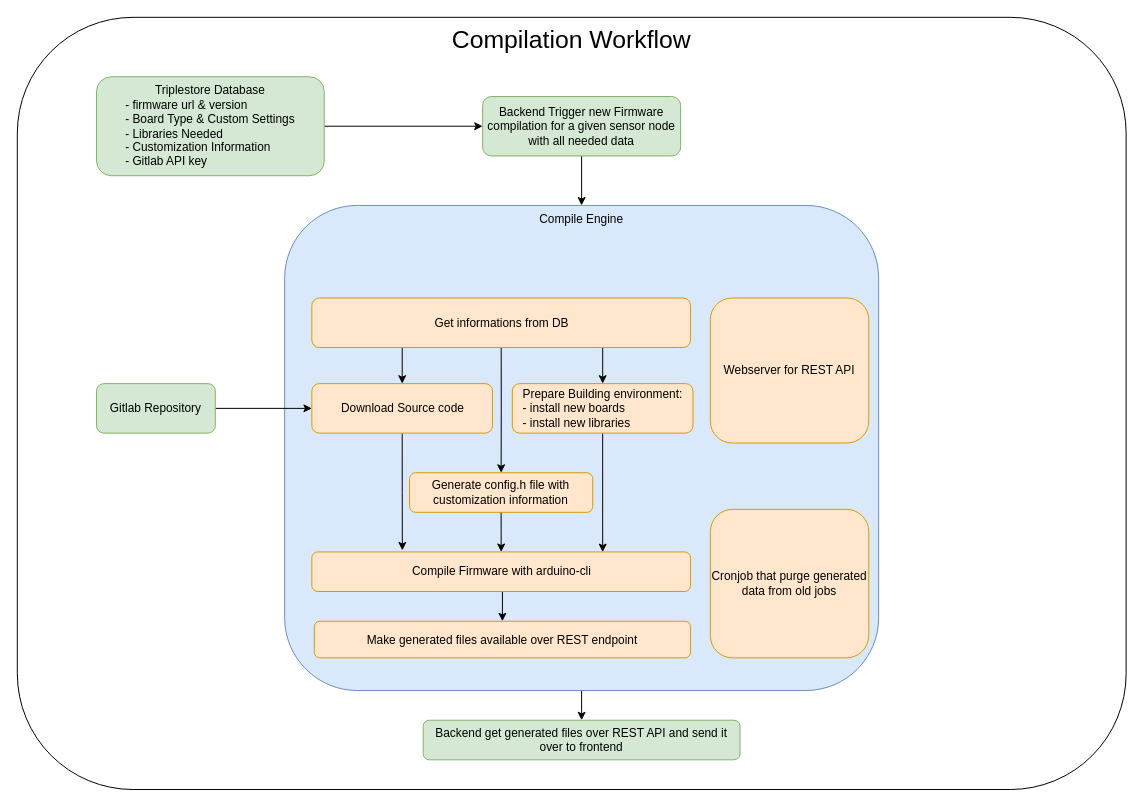
This is docs/diagrams/compilation_workflow.drawio from enricocirignaco/infrastructureforsensormanagment, a draw.io file, before an edit. Source tidied: cells renumbered, new cells numbered last; positions are measured from the earlier drawing's top-left corner, leaving out a move shared by most shapes. Both pictures are drawn from the tidied source at 99%, with x=0, y=0 at pixel (17, 17).
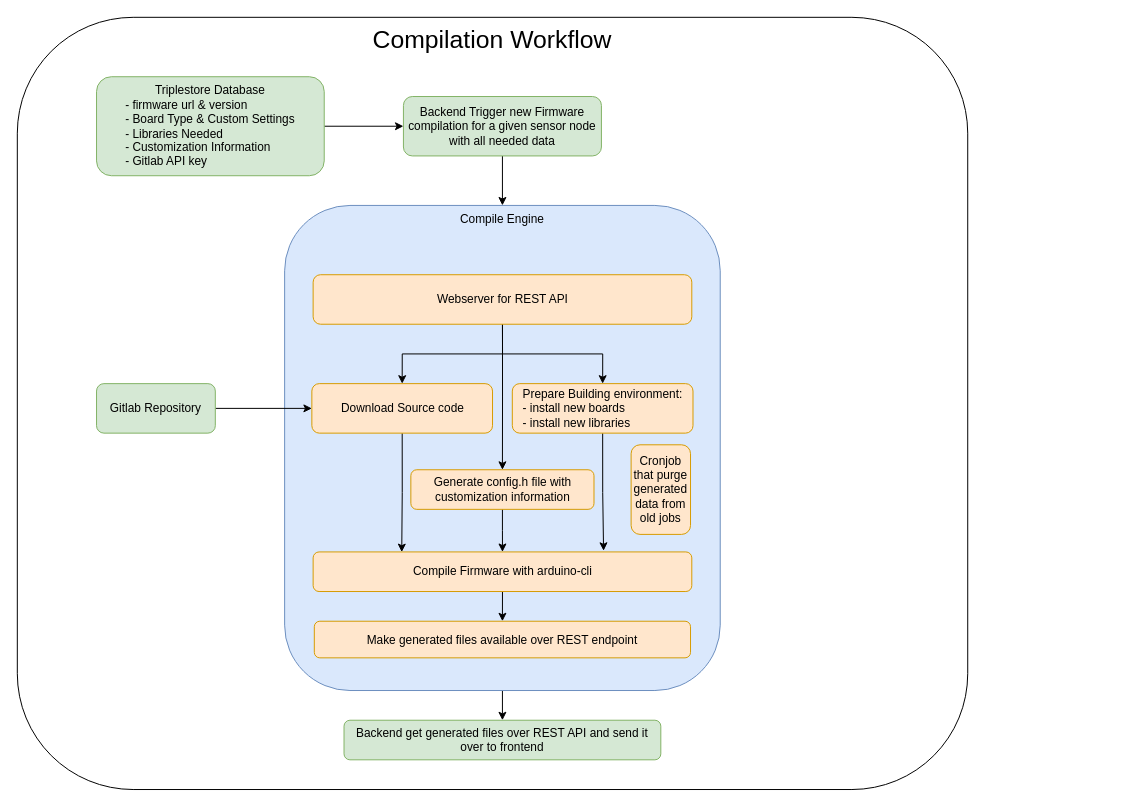
The same diagram, later.

The change refers to these unchanged cells:
```xml
<mxCell id="13" value="Prepare Building environment:&lt;br&gt;&lt;div style=&quot;text-align: left;&quot;&gt;&lt;span style=&quot;background-color: initial;&quot;&gt;- install new boards&lt;/span&gt;&lt;/div&gt;&lt;div style=&quot;text-align: left;&quot;&gt;&lt;span style=&quot;background-color: initial;&quot;&gt;- install new libraries&lt;/span&gt;&lt;/div&gt;" style="rounded=1;whiteSpace=wrap;html=1;fillColor=#ffe6cc;strokeColor=#d79b00;" parent="1" vertex="1">
  <mxGeometry x="500" y="370" width="182.5" height="50" as="geometry" />
</mxCell>
<mxCell id="15" value="Download Source code" style="rounded=1;whiteSpace=wrap;html=1;fillColor=#ffe6cc;strokeColor=#d79b00;" parent="1" vertex="1">
  <mxGeometry x="297.5" y="370" width="182.5" height="50" as="geometry" />
</mxCell>
```

Change to the diagram source:
```diff
@@
     <mxCell id="2" value="&lt;font style=&quot;font-size: 25px;&quot;&gt;Compilation Workflow&lt;/font&gt;" style="rounded=1;whiteSpace=wrap;html=1;align=center;verticalAlign=top;" parent="1" vertex="1">
-      <mxGeometry width="1120" height="780" as="geometry" />
+      <mxGeometry width="960" height="780" as="geometry" />
     </mxCell>
     <mxCell id="3" value="Backend get generated files over REST API and send it over to frontend" style="rounded=1;whiteSpace=wrap;html=1;fillColor=#d5e8d4;strokeColor=#82b366;" parent="1" vertex="1">
-      <mxGeometry x="410" y="710" width="320" height="40" as="geometry" />
+      <mxGeometry x="330" y="710" width="320" height="40" as="geometry" />
     </mxCell>
@@
     <mxCell id="5" value="Compile Engine" style="rounded=1;whiteSpace=wrap;html=1;verticalAlign=top;fillColor=#dae8fc;strokeColor=#6c8ebf;" parent="1" vertex="1">
-      <mxGeometry x="270" y="190" width="600" height="490" as="geometry" />
+      <mxGeometry x="270" y="190" width="440" height="490" as="geometry" />
     </mxCell>
@@
     <mxCell id="7" value="Compile Firmware with arduino-cli" style="rounded=1;whiteSpace=wrap;html=1;fillColor=#ffe6cc;strokeColor=#d79b00;" parent="1" vertex="1">
-      <mxGeometry x="297.5" y="540" width="382.5" height="40" as="geometry" />
+      <mxGeometry x="298.8" y="540" width="382.5" height="40" as="geometry" />
     </mxCell>
@@
     <mxCell id="11" value="Generate config.h file with customization information" style="rounded=1;whiteSpace=wrap;html=1;fillColor=#ffe6cc;strokeColor=#d79b00;" parent="1" vertex="1">
-      <mxGeometry x="396.2" y="460" width="185" height="40" as="geometry" />
+      <mxGeometry x="397.5" y="457" width="185" height="40" as="geometry" />
     </mxCell>
-    <mxCell id="12" style="edgeStyle=orthogonalEdgeStyle;rounded=0;jettySize=auto;html=1;exitX=0.5;exitY=1;exitDx=0;exitDy=0;entryX=0.768;entryY=0.004;entryDx=0;entryDy=0;entryPerimeter=0;" parent="1" edge="1" source="13" target="7">
+    <mxCell id="12" style="edgeStyle=orthogonalEdgeStyle;rounded=0;jettySize=auto;html=1;exitX=0.5;exitY=1;exitDx=0;exitDy=0;entryX=0.767;entryY=-0.03;entryDx=0;entryDy=0;entryPerimeter=0;" parent="1" edge="1" source="13" target="7">
       <mxGeometry relative="1" as="geometry" />
     </mxCell>
@@
-    <mxCell id="14" style="edgeStyle=orthogonalEdgeStyle;rounded=0;jettySize=auto;html=1;exitX=0.5;exitY=1;exitDx=0;exitDy=0;entryX=0.239;entryY=-0.039;entryDx=0;entryDy=0;entryPerimeter=0;" parent="1" edge="1" source="15" target="7">
+    <mxCell id="14" style="edgeStyle=orthogonalEdgeStyle;rounded=0;jettySize=auto;html=1;exitX=0.5;exitY=1;exitDx=0;exitDy=0;entryX=0.234;entryY=0.004;entryDx=0;entryDy=0;entryPerimeter=0;" parent="1" edge="1" source="15" target="7">
       <mxGeometry relative="1" as="geometry" />
     </mxCell>
@@
-    <mxCell id="16" style="edgeStyle=orthogonalEdgeStyle;rounded=0;jettySize=auto;html=1;exitX=0.25;exitY=1;exitDx=0;exitDy=0;entryX=0.5;entryY=0;entryDx=0;entryDy=0;" parent="1" edge="1" source="19" target="15">
-      <mxGeometry relative="1" as="geometry" />
-    </mxCell>
-    <mxCell id="17" style="edgeStyle=orthogonalEdgeStyle;rounded=0;jettySize=auto;html=1;exitX=0.75;exitY=1;exitDx=0;exitDy=0;entryX=0.5;entryY=0;entryDx=0;entryDy=0;" parent="1" edge="1" source="19" target="13">
-      <mxGeometry relative="1" as="geometry" />
-    </mxCell>
-    <mxCell id="18" style="edgeStyle=orthogonalEdgeStyle;rounded=0;jettySize=auto;html=1;exitX=0.5;exitY=1;exitDx=0;exitDy=0;entryX=0.5;entryY=0;entryDx=0;entryDy=0;" parent="1" edge="1" source="19" target="11">
-      <mxGeometry relative="1" as="geometry" />
-    </mxCell>
-    <mxCell id="19" value="Get informations from DB" style="rounded=1;whiteSpace=wrap;html=1;fillColor=#ffe6cc;strokeColor=#d79b00;" parent="1" vertex="1">
-      <mxGeometry x="297.5" y="283.5" width="382.5" height="50" as="geometry" />
-    </mxCell>
@@
     <mxCell id="24" value="Backend Trigger new Firmware compilation for a given sensor node with all needed data" style="rounded=1;whiteSpace=wrap;html=1;fillColor=#d5e8d4;strokeColor=#82b366;" parent="1" vertex="1">
-      <mxGeometry x="470" y="80" width="200" height="60" as="geometry" />
+      <mxGeometry x="390" y="80" width="200" height="60" as="geometry" />
     </mxCell>
+    <mxCell id="27" style="edgeStyle=orthogonalEdgeStyle;rounded=0;jettySize=auto;html=1;exitX=0.5;exitY=1;exitDx=0;exitDy=0;entryX=0.5;entryY=0;entryDx=0;entryDy=0;" parent="1" edge="1" source="25" target="13">
+      <mxGeometry relative="1" as="geometry" />
+    </mxCell>
+    <mxCell id="28" style="edgeStyle=orthogonalEdgeStyle;rounded=0;jettySize=auto;html=1;exitX=0.5;exitY=1;exitDx=0;exitDy=0;entryX=0.5;entryY=0;entryDx=0;entryDy=0;" parent="1" edge="1" source="25" target="15">
+      <mxGeometry relative="1" as="geometry" />
+    </mxCell>
+    <mxCell id="29" style="edgeStyle=orthogonalEdgeStyle;rounded=0;jettySize=auto;html=1;exitX=0.5;exitY=1;exitDx=0;exitDy=0;entryX=0.5;entryY=0;entryDx=0;entryDy=0;" parent="1" edge="1" source="25" target="11">
+      <mxGeometry relative="1" as="geometry" />
+    </mxCell>
     <mxCell id="25" value="Webserver for REST API" style="rounded=1;whiteSpace=wrap;html=1;fillColor=#ffe6cc;strokeColor=#d79b00;" parent="1" vertex="1">
-      <mxGeometry x="700" y="283.5" width="160" height="146.5" as="geometry" />
+      <mxGeometry x="298.8" y="260" width="382.5" height="50" as="geometry" />
     </mxCell>
     <mxCell id="26" value="Cronjob that purge generated data from old jobs" style="rounded=1;whiteSpace=wrap;html=1;fillColor=#ffe6cc;strokeColor=#d79b00;" parent="1" vertex="1">
-      <mxGeometry x="700" y="497" width="160" height="150" as="geometry" />
+      <mxGeometry x="620" y="431.8" width="60" height="90.5" as="geometry" />
     </mxCell>
```
